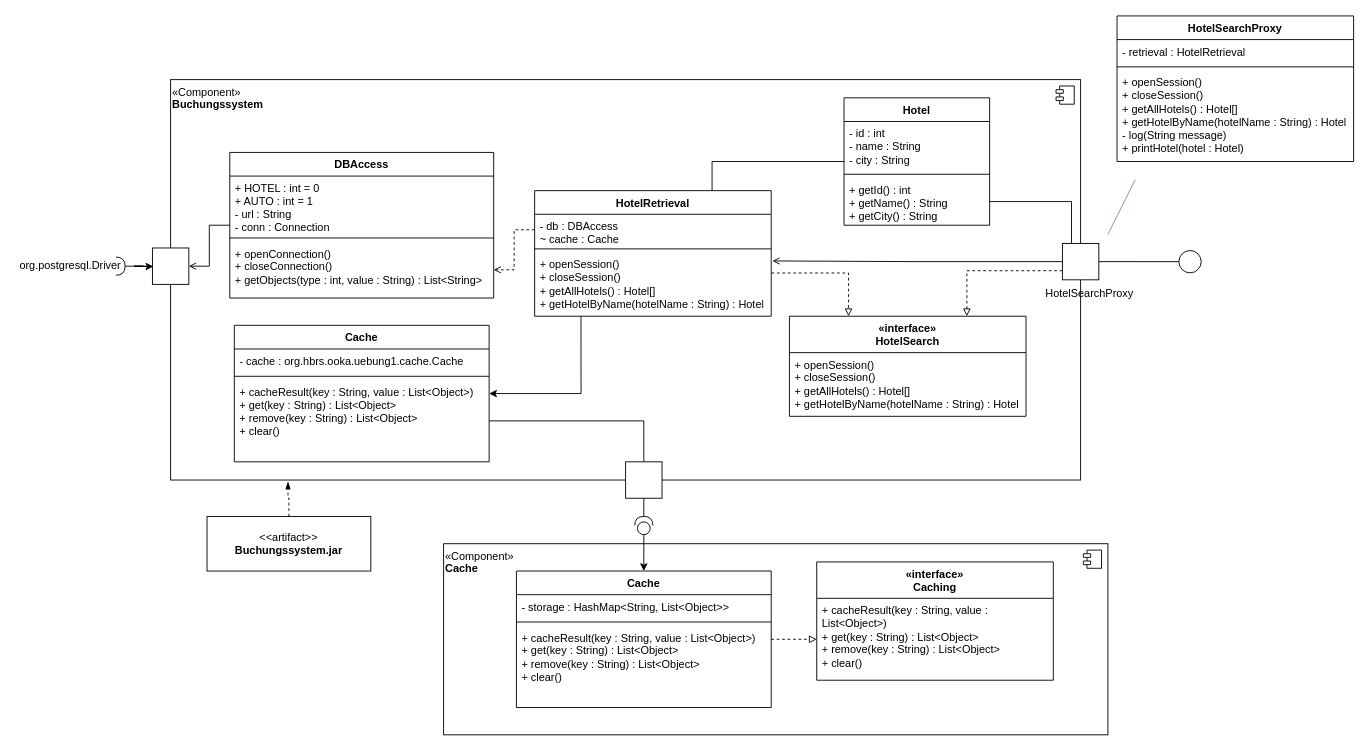
Before: okaaue1/Buchungssystem.drawio in Jan-Koll/ooka, a draw.io diagram. Source tidied: cells renumbered, new cells numbered last; positions are measured from the earlier drawing's top-left corner, leaving out a move shared by most shapes. Both pictures are drawn from the tidied source at 91%, with x=0, y=0 at pixel (15, 15).
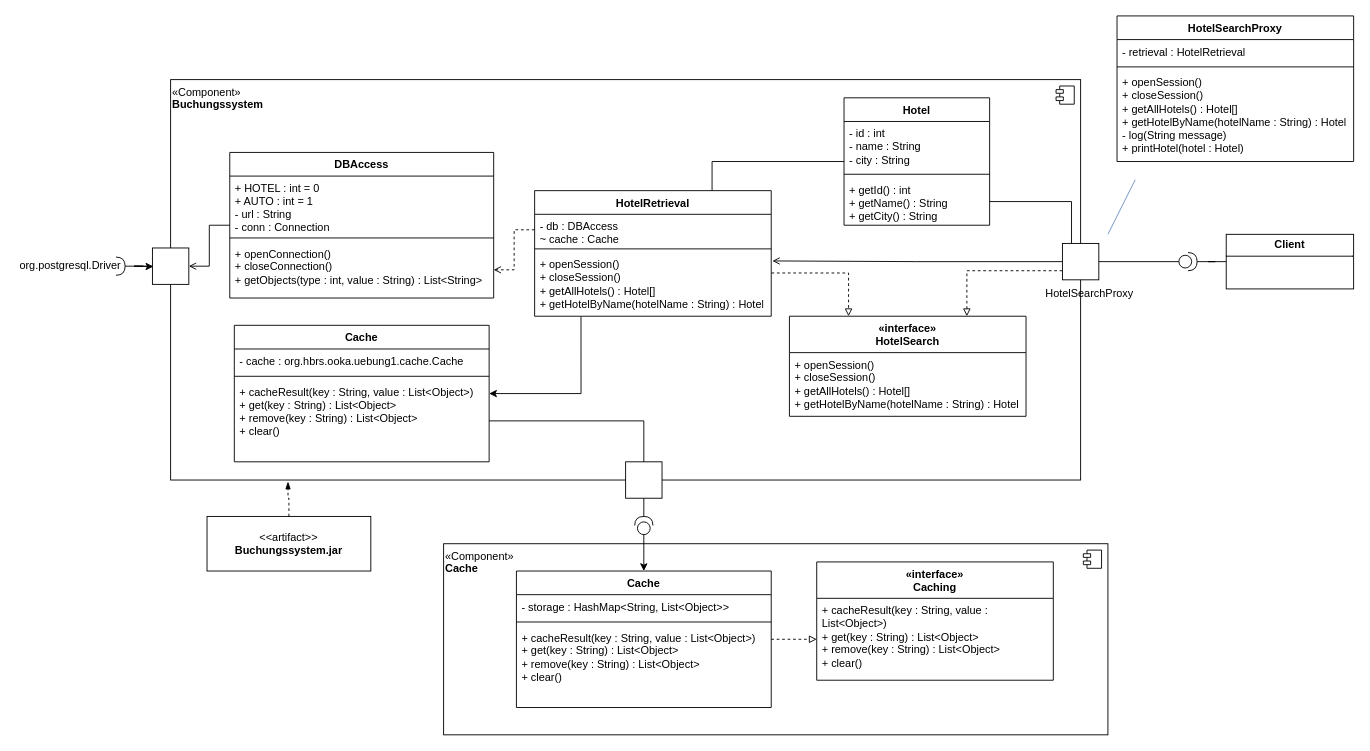
Above is the later version.

Unchanged cells that the change refers to:
```xml
<mxCell id="38" style="rounded=0;whiteSpace=wrap;html=1;" parent="37" vertex="1">
  <mxGeometry width="40" height="40" as="geometry" />
</mxCell>
```

What changed in the source:
```diff
@@
-    <mxCell id="44" style="ellipse;whiteSpace=wrap;html=1;" parent="1" vertex="1">
-      <mxGeometry x="1278" y="257.8" width="24.5" height="24.5" as="geometry" />
-    </mxCell>
-    <mxCell id="45" style="edgeStyle=orthogonalEdgeStyle;rounded=0;jettySize=auto;html=1;exitX=1;exitY=0.5;exitDx=0;exitDy=0;entryX=0;entryY=0.5;entryDx=0;entryDy=0;endArrow=none;endFill=0;" parent="1" edge="1" source="38" target="44">
+    <mxCell id="45" style="edgeStyle=orthogonalEdgeStyle;rounded=0;jettySize=auto;html=1;exitX=1;exitY=0.5;exitDx=0;exitDy=0;entryX=0;entryY=0.5;entryDx=0;entryDy=0;endArrow=none;endFill=0;entryPerimeter=0;" parent="1" edge="1" source="38" target="63">
       <mxGeometry relative="1" as="geometry" />
     </mxCell>
@@
+    <mxCell id="63" style="shape=providedRequiredInterface;html=1;verticalLabelPosition=bottom;sketch=0;rotation=0;" parent="1" vertex="1">
+      <mxGeometry x="1278" y="260" width="20" height="20" as="geometry" />
+    </mxCell>
+    <mxCell id="64" value="&lt;p style=&quot;margin:0px;margin-top:4px;text-align:center;&quot;&gt;&lt;b&gt;Client&lt;/b&gt;&lt;/p&gt;&lt;hr size=&quot;1&quot; style=&quot;border-style:solid;&quot;&gt;&lt;div style=&quot;height:2px;&quot;&gt;&lt;/div&gt;" style="verticalAlign=top;align=left;overflow=fill;html=1;whiteSpace=wrap;" parent="1" vertex="1">
+      <mxGeometry x="1330" y="240" width="140" height="60" as="geometry" />
+    </mxCell>
+    <mxCell id="65" style="edgeStyle=orthogonalEdgeStyle;rounded=0;jettySize=auto;html=1;entryX=1;entryY=0.5;entryDx=0;entryDy=0;entryPerimeter=0;endArrow=none;endFill=0;" parent="1" edge="1" source="64" target="63">
+      <mxGeometry relative="1" as="geometry" />
+    </mxCell>
```
